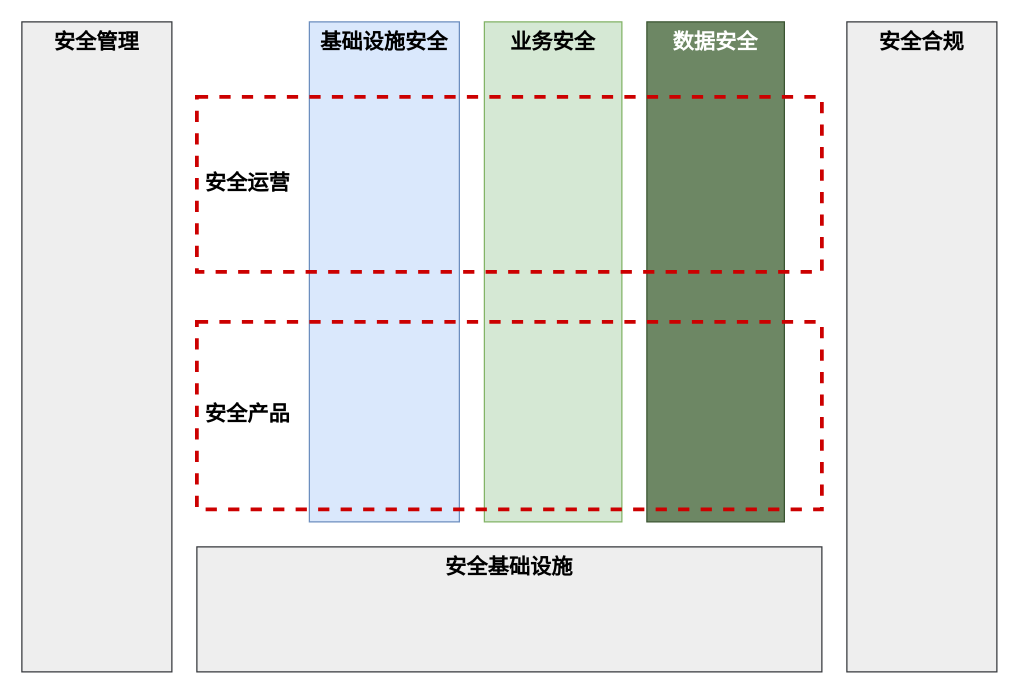
Earlier version of the draw.io diagram security_layer0.drawio (razor/1102_decoration). Source tidied: cells renumbered, new cells numbered last; positions are measured from the earlier drawing's top-left corner, leaving out a move shared by most shapes. Both pictures are drawn from the tidied source at 125%, with x=0, y=0 at pixel (21, 21).
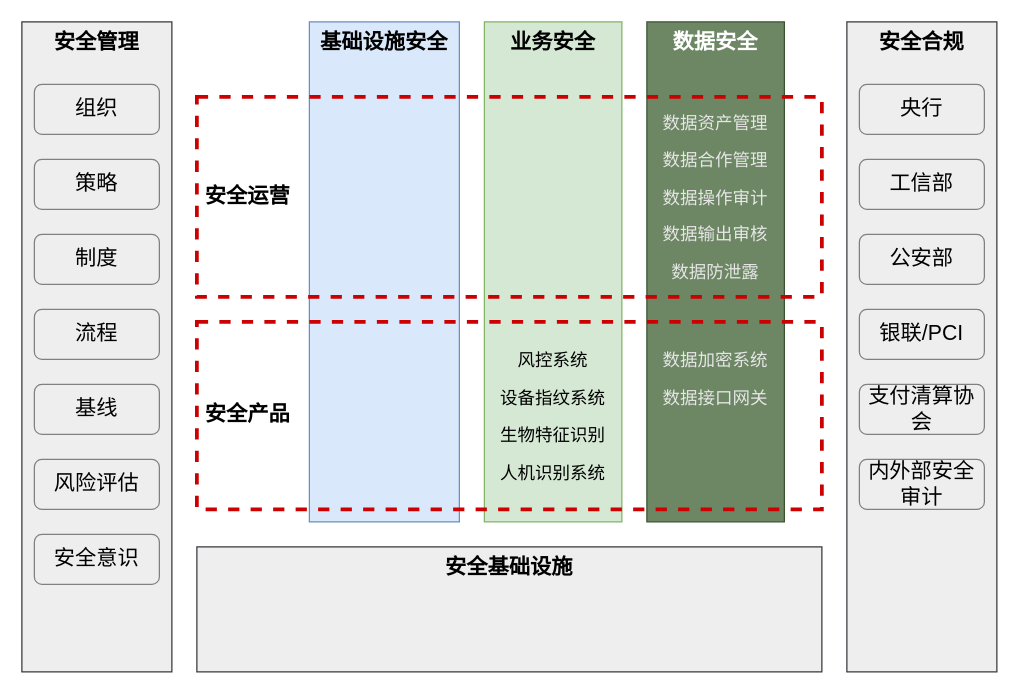
The same page after the edit.

Diff of the diagram source:
```diff
@@
     <mxCell id="8" value="&amp;nbsp;安全运营" style="rounded=0;whiteSpace=wrap;html=1;fontSize=17;fontStyle=1;verticalAlign=middle;align=left;dashed=1;strokeWidth=3;labelBackgroundColor=none;fillColor=none;strokeColor=#CC0000;" parent="1" vertex="1">
-      <mxGeometry x="140" y="60" width="500" height="140" as="geometry" />
+      <mxGeometry x="140" y="60" width="500" height="160" as="geometry" />
     </mxCell>
@@
+    <mxCell id="10" value="组织" style="rounded=1;whiteSpace=wrap;html=1;shadow=0;glass=0;labelBackgroundColor=none;sketch=0;strokeWidth=1;fillColor=none;gradientColor=none;fontSize=17;align=center;strokeColor=#808080;" parent="1" vertex="1">
+      <mxGeometry x="10" y="50" width="100" height="40" as="geometry" />
+    </mxCell>
+    <mxCell id="11" value="策略" style="rounded=1;whiteSpace=wrap;html=1;shadow=0;glass=0;labelBackgroundColor=none;sketch=0;strokeWidth=1;fillColor=none;gradientColor=none;fontSize=17;align=center;strokeColor=#808080;" parent="1" vertex="1">
+      <mxGeometry x="10" y="110" width="100" height="40" as="geometry" />
+    </mxCell>
+    <mxCell id="12" value="制度" style="rounded=1;whiteSpace=wrap;html=1;shadow=0;glass=0;labelBackgroundColor=none;sketch=0;strokeWidth=1;fillColor=none;gradientColor=none;fontSize=17;align=center;strokeColor=#808080;" parent="1" vertex="1">
+      <mxGeometry x="10" y="170" width="100" height="40" as="geometry" />
+    </mxCell>
+    <mxCell id="13" value="流程" style="rounded=1;whiteSpace=wrap;html=1;shadow=0;glass=0;labelBackgroundColor=none;sketch=0;strokeWidth=1;fillColor=none;gradientColor=none;fontSize=17;align=center;strokeColor=#808080;" parent="1" vertex="1">
+      <mxGeometry x="10" y="230" width="100" height="40" as="geometry" />
+    </mxCell>
+    <mxCell id="14" value="基线" style="rounded=1;whiteSpace=wrap;html=1;shadow=0;glass=0;labelBackgroundColor=none;sketch=0;strokeWidth=1;fillColor=none;gradientColor=none;fontSize=17;align=center;strokeColor=#808080;" parent="1" vertex="1">
+      <mxGeometry x="10" y="290" width="100" height="40" as="geometry" />
+    </mxCell>
+    <mxCell id="15" value="风险评估" style="rounded=1;whiteSpace=wrap;html=1;shadow=0;glass=0;labelBackgroundColor=none;sketch=0;strokeWidth=1;fillColor=none;gradientColor=none;fontSize=17;align=center;strokeColor=#808080;" parent="1" vertex="1">
+      <mxGeometry x="10" y="350" width="100" height="40" as="geometry" />
+    </mxCell>
+    <mxCell id="16" value="安全意识" style="rounded=1;whiteSpace=wrap;html=1;shadow=0;glass=0;labelBackgroundColor=none;sketch=0;strokeWidth=1;fillColor=none;gradientColor=none;fontSize=17;align=center;strokeColor=#808080;" parent="1" vertex="1">
+      <mxGeometry x="10" y="410" width="100" height="40" as="geometry" />
+    </mxCell>
+    <mxCell id="17" value="央行" style="rounded=1;whiteSpace=wrap;html=1;shadow=0;glass=0;labelBackgroundColor=none;sketch=0;strokeWidth=1;fillColor=none;gradientColor=none;fontSize=17;align=center;strokeColor=#808080;" parent="1" vertex="1">
+      <mxGeometry x="670" y="50" width="100" height="40" as="geometry" />
+    </mxCell>
+    <mxCell id="18" value="公安部" style="rounded=1;whiteSpace=wrap;html=1;shadow=0;glass=0;labelBackgroundColor=none;sketch=0;strokeWidth=1;fillColor=none;gradientColor=none;fontSize=17;align=center;strokeColor=#808080;" parent="1" vertex="1">
+      <mxGeometry x="670" y="170" width="100" height="40" as="geometry" />
+    </mxCell>
+    <mxCell id="19" value="工信部" style="rounded=1;whiteSpace=wrap;html=1;shadow=0;glass=0;labelBackgroundColor=none;sketch=0;strokeWidth=1;fillColor=none;gradientColor=none;fontSize=17;align=center;strokeColor=#808080;" parent="1" vertex="1">
+      <mxGeometry x="670" y="110" width="100" height="40" as="geometry" />
+    </mxCell>
+    <mxCell id="20" value="银联/PCI" style="rounded=1;whiteSpace=wrap;html=1;shadow=0;glass=0;labelBackgroundColor=none;sketch=0;strokeWidth=1;fillColor=none;gradientColor=none;fontSize=17;align=center;strokeColor=#808080;" parent="1" vertex="1">
+      <mxGeometry x="670" y="230" width="100" height="40" as="geometry" />
+    </mxCell>
+    <mxCell id="21" value="支付清算协会" style="rounded=1;whiteSpace=wrap;html=1;shadow=0;glass=0;labelBackgroundColor=none;sketch=0;strokeWidth=1;fillColor=none;gradientColor=none;fontSize=17;align=center;strokeColor=#808080;" parent="1" vertex="1">
+      <mxGeometry x="670" y="290" width="100" height="40" as="geometry" />
+    </mxCell>
+    <mxCell id="22" value="内外部安全审计" style="rounded=1;whiteSpace=wrap;html=1;shadow=0;glass=0;labelBackgroundColor=none;sketch=0;strokeWidth=1;fillColor=none;gradientColor=none;fontSize=17;align=center;strokeColor=#808080;" parent="1" vertex="1">
+      <mxGeometry x="670" y="350" width="100" height="40" as="geometry" />
+    </mxCell>
+    <mxCell id="23" value="数据防泄露" style="text;html=1;strokeColor=none;fillColor=none;align=center;verticalAlign=middle;whiteSpace=wrap;rounded=0;shadow=0;glass=0;labelBackgroundColor=none;sketch=0;fontSize=14;fontColor=#E6E6E6;" parent="1" vertex="1">
+      <mxGeometry x="510" y="190" width="90" height="20" as="geometry" />
+    </mxCell>
+    <mxCell id="24" value="&lt;font style=&quot;font-size: 14px&quot;&gt;数据加密系统&lt;/font&gt;" style="text;html=1;strokeColor=none;fillColor=none;align=center;verticalAlign=middle;whiteSpace=wrap;rounded=0;shadow=0;glass=0;labelBackgroundColor=none;sketch=0;fontSize=16;fontColor=#E6E6E6;" parent="1" vertex="1">
+      <mxGeometry x="510" y="260" width="90" height="20" as="geometry" />
+    </mxCell>
+    <mxCell id="25" value="&lt;font style=&quot;font-size: 14px&quot;&gt;数据资产管理&lt;/font&gt;" style="text;html=1;strokeColor=none;fillColor=none;align=center;verticalAlign=middle;whiteSpace=wrap;rounded=0;shadow=0;glass=0;labelBackgroundColor=none;sketch=0;fontSize=16;fontColor=#E6E6E6;" parent="1" vertex="1">
+      <mxGeometry x="510" y="70" width="90" height="20" as="geometry" />
+    </mxCell>
+    <mxCell id="26" value="&lt;font style=&quot;font-size: 14px&quot;&gt;数据合作管理&lt;/font&gt;" style="text;html=1;strokeColor=none;fillColor=none;align=center;verticalAlign=middle;whiteSpace=wrap;rounded=0;shadow=0;glass=0;labelBackgroundColor=none;sketch=0;fontSize=16;fontColor=#E6E6E6;" parent="1" vertex="1">
+      <mxGeometry x="510" y="100" width="90" height="20" as="geometry" />
+    </mxCell>
+    <mxCell id="27" value="&lt;font style=&quot;font-size: 14px&quot;&gt;数据操作审计&lt;/font&gt;" style="text;html=1;strokeColor=none;fillColor=none;align=center;verticalAlign=middle;whiteSpace=wrap;rounded=0;shadow=0;glass=0;labelBackgroundColor=none;sketch=0;fontSize=16;fontColor=#E6E6E6;" parent="1" vertex="1">
+      <mxGeometry x="510" y="130" width="90" height="20" as="geometry" />
+    </mxCell>
+    <mxCell id="28" value="&lt;font style=&quot;font-size: 14px&quot;&gt;数据接口网关&lt;/font&gt;" style="text;html=1;strokeColor=none;fillColor=none;align=center;verticalAlign=middle;whiteSpace=wrap;rounded=0;shadow=0;glass=0;labelBackgroundColor=none;sketch=0;fontSize=16;fontColor=#E6E6E6;" parent="1" vertex="1">
+      <mxGeometry x="510" y="290" width="90" height="20" as="geometry" />
+    </mxCell>
+    <mxCell id="29" value="数据输出审核" style="text;html=1;strokeColor=none;fillColor=none;align=center;verticalAlign=middle;whiteSpace=wrap;rounded=0;shadow=0;glass=0;labelBackgroundColor=none;sketch=0;fontSize=14;fontColor=#E6E6E6;" parent="1" vertex="1">
+      <mxGeometry x="510" y="160" width="90" height="20" as="geometry" />
+    </mxCell>
+    <mxCell id="30" value="&lt;font style=&quot;font-size: 14px&quot;&gt;风控系统&lt;/font&gt;" style="text;html=1;strokeColor=none;fillColor=none;align=center;verticalAlign=middle;whiteSpace=wrap;rounded=0;shadow=0;glass=0;labelBackgroundColor=none;sketch=0;fontSize=16;" parent="1" vertex="1">
+      <mxGeometry x="380" y="260" width="90" height="20" as="geometry" />
+    </mxCell>
+    <mxCell id="31" value="&lt;font style=&quot;font-size: 14px&quot;&gt;设备指纹系统&lt;/font&gt;" style="text;html=1;strokeColor=none;fillColor=none;align=center;verticalAlign=middle;whiteSpace=wrap;rounded=0;shadow=0;glass=0;labelBackgroundColor=none;sketch=0;fontSize=16;" parent="1" vertex="1">
+      <mxGeometry x="380" y="290" width="90" height="20" as="geometry" />
+    </mxCell>
+    <mxCell id="32" value="&lt;font style=&quot;font-size: 14px&quot;&gt;生物特征识别&lt;/font&gt;" style="text;html=1;strokeColor=none;fillColor=none;align=center;verticalAlign=middle;whiteSpace=wrap;rounded=0;shadow=0;glass=0;labelBackgroundColor=none;sketch=0;fontSize=16;" parent="1" vertex="1">
+      <mxGeometry x="380" y="320" width="90" height="20" as="geometry" />
+    </mxCell>
+    <mxCell id="33" value="&lt;font style=&quot;font-size: 14px&quot;&gt;人机识别系统&lt;/font&gt;" style="text;html=1;strokeColor=none;fillColor=none;align=center;verticalAlign=middle;whiteSpace=wrap;rounded=0;shadow=0;glass=0;labelBackgroundColor=none;sketch=0;fontSize=16;" parent="1" vertex="1">
+      <mxGeometry x="380" y="350" width="90" height="20" as="geometry" />
+    </mxCell>
```
